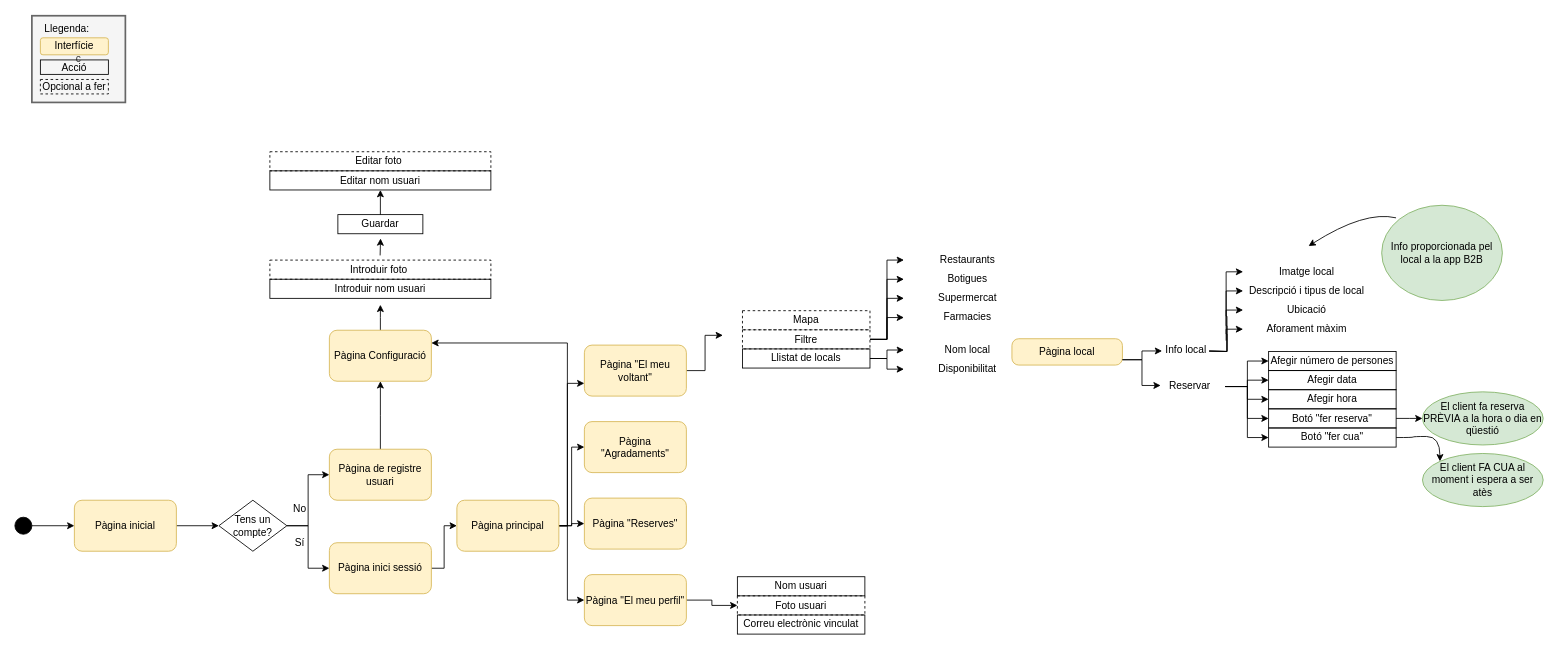
laurasistach/sinedie keeps this draw.io diagram as page "Flow general B2C" (2 of 4) of Sinedie.drawio. Above is the earlier version. Source tidied: cells renumbered, new cells numbered last; positions are measured from the earlier drawing's top-left corner, leaving out a move shared by most shapes. Both pictures are drawn from the tidied source at 85%, with x=0, y=0 at pixel (14, 15).
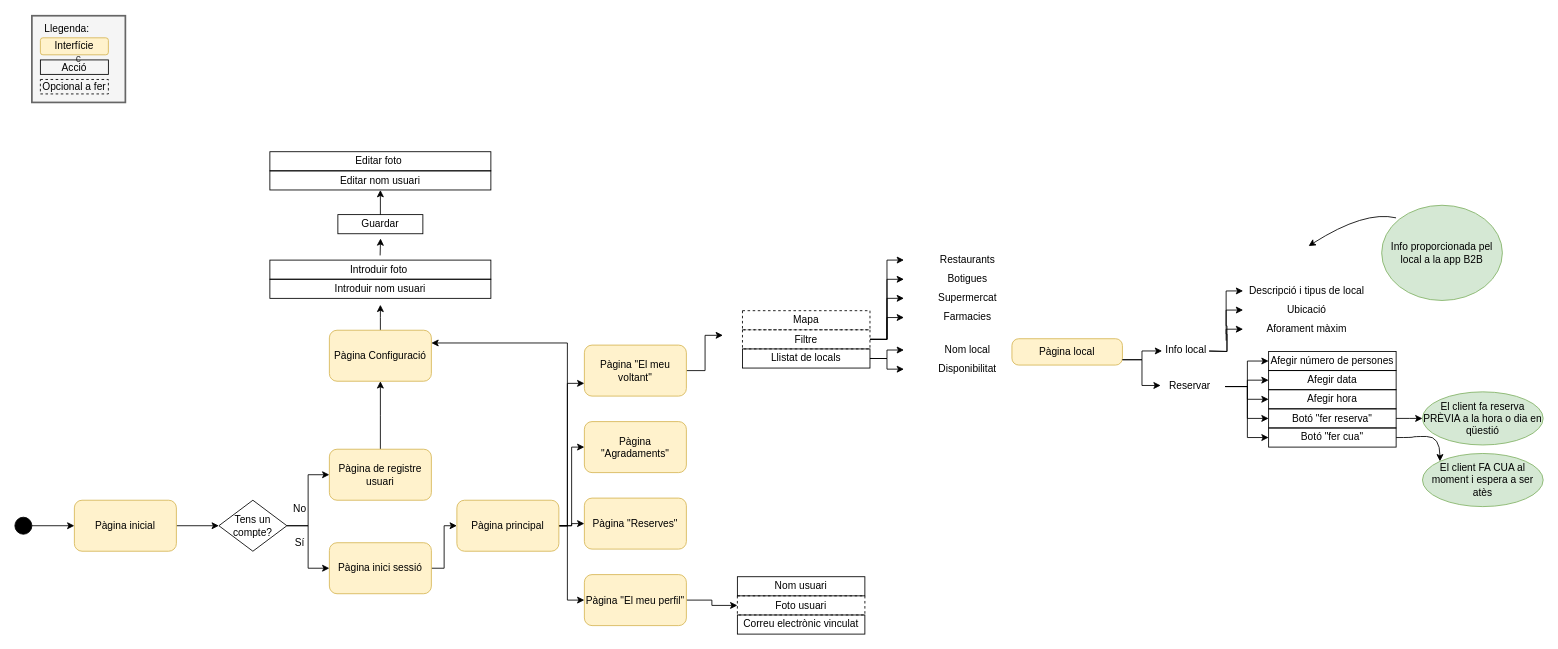
After the change.

Change to the diagram source:
```diff
@@
-    <mxCell id="37" value="&lt;div style=&quot;text-align: left&quot;&gt;Introduir foto&amp;nbsp;&lt;/div&gt;" style="rounded=1;whiteSpace=wrap;html=1;fillColor=none;arcSize=0;dashed=1;" parent="1" vertex="1">
+    <mxCell id="37" value="&lt;div style=&quot;text-align: left&quot;&gt;Introduir foto&amp;nbsp;&lt;/div&gt;" style="rounded=1;whiteSpace=wrap;html=1;fillColor=none;arcSize=0;" parent="1" vertex="1">
       <mxGeometry x="300" y="287.5" width="260" height="22.5" as="geometry" />
     </mxCell>
@@
-    <mxCell id="42" value="&lt;div style=&quot;text-align: left&quot;&gt;Editar foto&amp;nbsp;&lt;/div&gt;" style="rounded=1;whiteSpace=wrap;html=1;fillColor=none;arcSize=0;dashed=1;" parent="1" vertex="1">
+    <mxCell id="42" value="&lt;div style=&quot;text-align: left&quot;&gt;Editar foto&amp;nbsp;&lt;/div&gt;" style="rounded=1;whiteSpace=wrap;html=1;fillColor=none;arcSize=0;" parent="1" vertex="1">
       <mxGeometry x="300" y="160" width="260" height="22.5" as="geometry" />
     </mxCell>
@@
-    <mxCell id="60" style="edgeStyle=orthogonalEdgeStyle;rounded=0;jettySize=auto;html=1;exitX=1;exitY=0.5;exitDx=0;exitDy=0;entryX=0;entryY=0.5;entryDx=0;entryDy=0;" parent="1" edge="1" target="64">
-      <mxGeometry relative="1" as="geometry">
-        <mxPoint x="1405" y="394.5" as="sourcePoint" />
-      </mxGeometry>
-    </mxCell>
@@
-    <mxCell id="64" value="&lt;div style=&quot;text-align: left&quot;&gt;Imatge local&lt;/div&gt;" style="rounded=1;whiteSpace=wrap;html=1;fillColor=none;arcSize=0;dashed=1;strokeColor=none;" parent="1" vertex="1">
-      <mxGeometry x="1445" y="290" width="150" height="22.5" as="geometry" />
-    </mxCell>
```
